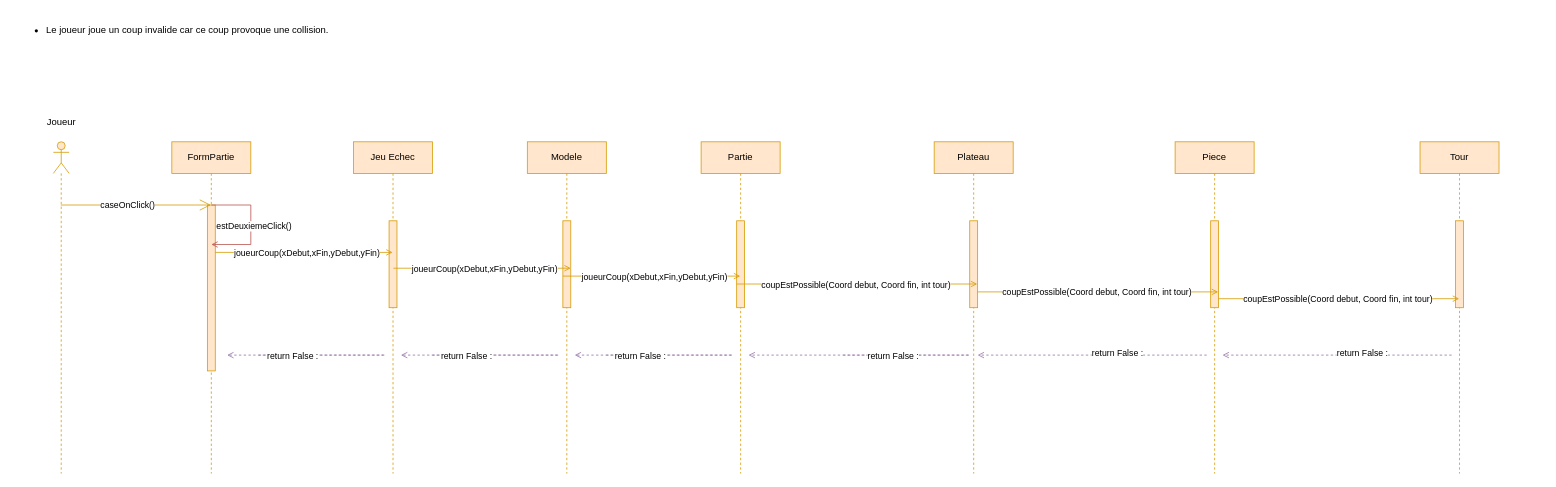
Above: Sequence2.drawio in felixcharbonneau/Echec (draw.io), before the change. Source tidied: cells renumbered, new cells numbered last; positions are measured from the earlier drawing's top-left corner, leaving out a move shared by most shapes. Both pictures are drawn from the tidied source at 79%, with x=0, y=0 at pixel (13, 23).
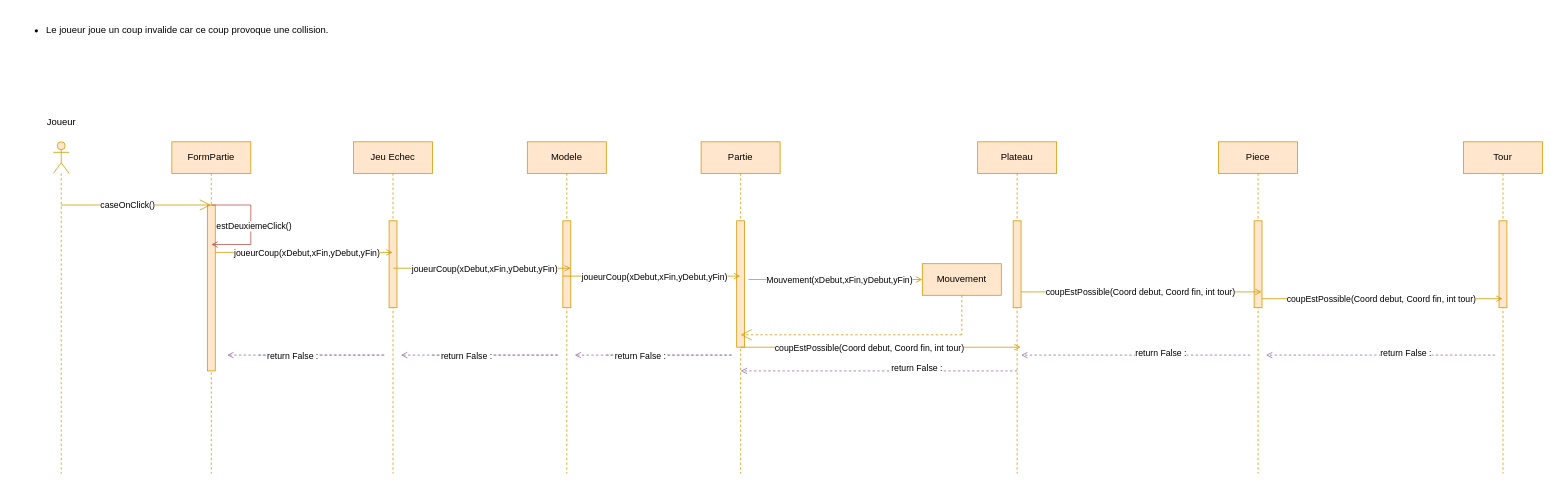
The same diagram, later.

Commit message (it also covers changes not shown here):
Mettre à jour Sequence2.drawio

The change refers to these unchanged cells:
```xml
<mxCell id="17" value="Partie" style="shape=umlLifeline;perimeter=lifelinePerimeter;whiteSpace=wrap;html=1;newEdgeStyle={&quot;curved&quot;:0,&quot;rounded&quot;:0};fillColor=#ffe6cc;strokeColor=#d79b00;" parent="1" vertex="1">
  <mxGeometry x="870" y="150" width="100" height="420" as="geometry" />
</mxCell>
```

Change to the diagram source:
```diff
@@
     <mxCell id="18" style="html=1;perimeter=orthogonalPerimeter;targetShapes=umlLifeline;newEdgeStyle={&quot;curved&quot;:0,&quot;rounded&quot;:0};fillColor=#ffe6cc;strokeColor=#d79b00;" parent="17" vertex="1">
-      <mxGeometry x="45" y="100" width="10" height="110" as="geometry" />
+      <mxGeometry x="45" y="100" width="10" height="160" as="geometry" />
     </mxCell>
     <mxCell id="19" value="Plateau" style="shape=umlLifeline;perimeter=lifelinePerimeter;whiteSpace=wrap;html=1;newEdgeStyle={&quot;curved&quot;:0,&quot;rounded&quot;:0};fillColor=#ffe6cc;strokeColor=#d79b00;" parent="1" vertex="1">
-      <mxGeometry x="1165" y="150" width="100" height="420" as="geometry" />
+      <mxGeometry x="1220" y="150" width="100" height="420" as="geometry" />
     </mxCell>
@@
     <mxCell id="21" value="Piece" style="shape=umlLifeline;perimeter=lifelinePerimeter;whiteSpace=wrap;html=1;newEdgeStyle={&quot;curved&quot;:0,&quot;rounded&quot;:0};fillColor=#ffe6cc;strokeColor=#d79b00;" parent="1" vertex="1">
-      <mxGeometry x="1470" y="150" width="100" height="420" as="geometry" />
+      <mxGeometry x="1525" y="150" width="100" height="420" as="geometry" />
     </mxCell>
@@
     <mxCell id="23" value="Tour" style="shape=umlLifeline;perimeter=lifelinePerimeter;whiteSpace=wrap;html=1;newEdgeStyle={&quot;curved&quot;:0,&quot;rounded&quot;:0};fillColor=#ffe6cc;strokeColor=#d79b00;" parent="1" vertex="1">
-      <mxGeometry x="1780" y="150" width="100" height="420" as="geometry" />
+      <mxGeometry x="1835" y="150" width="100" height="420" as="geometry" />
     </mxCell>
@@
-    <mxCell id="29" style="edgeStyle=orthogonalEdgeStyle;rounded=0;orthogonalLoop=1;jettySize=auto;html=1;curved=0;endArrow=open;endFill=0;fillColor=#ffe6cc;strokeColor=#d79b00;" parent="1" edge="1">
-      <mxGeometry relative="1" as="geometry">
-        <mxPoint x="915" y="330" as="sourcePoint" />
-        <mxPoint x="1219.5" y="330" as="targetPoint" />
-        <Array as="points">
-          <mxPoint x="1120" y="330" />
-          <mxPoint x="1120" y="330" />
-        </Array>
-      </mxGeometry>
-    </mxCell>
-    <mxCell id="30" value="coupEstPossible(Coord debut, Coord fin, int tour)" style="edgeLabel;html=1;align=center;verticalAlign=middle;" parent="29" vertex="1">
-      <mxGeometry x="-0.52" y="-2" relative="1" as="geometry">
-        <mxPoint x="77" y="-2" as="offset" />
-      </mxGeometry>
-    </mxCell>
     <mxCell id="31" style="edgeStyle=orthogonalEdgeStyle;rounded=0;orthogonalLoop=1;jettySize=auto;html=1;curved=0;endArrow=open;endFill=0;fillColor=#e1d5e7;strokeColor=#9673a6;dashed=1;" parent="1" edge="1">
       <mxGeometry relative="1" as="geometry">
-        <mxPoint x="1510" y="420" as="sourcePoint" />
-        <mxPoint x="1220" y="420" as="targetPoint" />
+        <mxPoint x="1565" y="420" as="sourcePoint" />
+        <mxPoint x="1275" y="420" as="targetPoint" />
         <Array as="points">
-          <mxPoint x="1420" y="420" />
-          <mxPoint x="1420" y="420" />
+          <mxPoint x="1475" y="420" />
+          <mxPoint x="1475" y="420" />
         </Array>
       </mxGeometry>
     </mxCell>
@@
     <mxCell id="33" style="edgeStyle=orthogonalEdgeStyle;rounded=0;orthogonalLoop=1;jettySize=auto;html=1;curved=0;endArrow=open;endFill=0;fillColor=#e1d5e7;strokeColor=#9673a6;dashed=1;" parent="1" edge="1">
       <mxGeometry relative="1" as="geometry">
-        <mxPoint x="1050" y="420" as="sourcePoint" />
-        <mxPoint x="930" y="420" as="targetPoint" />
+        <mxPoint x="1270" y="440" as="sourcePoint" />
+        <mxPoint x="920" y="440" as="targetPoint" />
         <Array as="points">
-          <mxPoint x="1210" y="420" />
-          <mxPoint x="1210" y="420" />
+          <mxPoint x="1200" y="440" />
+          <mxPoint x="1200" y="440" />
         </Array>
       </mxGeometry>
     </mxCell>
@@
     <mxCell id="41" style="edgeStyle=orthogonalEdgeStyle;rounded=0;orthogonalLoop=1;jettySize=auto;html=1;curved=0;endArrow=open;endFill=0;fillColor=#ffe6cc;strokeColor=#d79b00;" parent="1" edge="1">
       <mxGeometry relative="1" as="geometry">
-        <mxPoint x="1220" y="340" as="sourcePoint" />
-        <mxPoint x="1524.5" y="340" as="targetPoint" />
+        <mxPoint x="1275" y="340" as="sourcePoint" />
+        <mxPoint x="1579.5" y="340" as="targetPoint" />
         <Array as="points">
-          <mxPoint x="1425" y="340" />
-          <mxPoint x="1425" y="340" />
+          <mxPoint x="1480" y="340" />
+          <mxPoint x="1480" y="340" />
         </Array>
       </mxGeometry>
     </mxCell>
@@
     <mxCell id="43" style="edgeStyle=orthogonalEdgeStyle;rounded=0;orthogonalLoop=1;jettySize=auto;html=1;curved=0;endArrow=open;endFill=0;fillColor=#ffe6cc;strokeColor=#d79b00;" parent="1" edge="1">
       <mxGeometry relative="1" as="geometry">
-        <mxPoint x="1525" y="348.6" as="sourcePoint" />
-        <mxPoint x="1829.5" y="348.6" as="targetPoint" />
+        <mxPoint x="1580" y="348.6" as="sourcePoint" />
+        <mxPoint x="1884.5" y="348.6" as="targetPoint" />
         <Array as="points">
-          <mxPoint x="1730" y="348.6" />
-          <mxPoint x="1730" y="348.6" />
+          <mxPoint x="1785" y="348.6" />
+          <mxPoint x="1785" y="348.6" />
         </Array>
       </mxGeometry>
     </mxCell>
@@
     <mxCell id="45" style="edgeStyle=orthogonalEdgeStyle;rounded=0;orthogonalLoop=1;jettySize=auto;html=1;curved=0;endArrow=open;endFill=0;fillColor=#e1d5e7;strokeColor=#9673a6;dashed=1;" parent="1" edge="1">
       <mxGeometry relative="1" as="geometry">
-        <mxPoint x="1820" y="420" as="sourcePoint" />
-        <mxPoint x="1530" y="420" as="targetPoint" />
+        <mxPoint x="1875" y="420" as="sourcePoint" />
+        <mxPoint x="1585" y="420" as="targetPoint" />
         <Array as="points">
-          <mxPoint x="1730" y="420" />
-          <mxPoint x="1730" y="420" />
+          <mxPoint x="1785" y="420" />
+          <mxPoint x="1785" y="420" />
         </Array>
       </mxGeometry>
     </mxCell>
@@
+    <mxCell id="47" value="Mouvement" style="shape=umlLifeline;perimeter=lifelinePerimeter;whiteSpace=wrap;html=1;newEdgeStyle={&quot;curved&quot;:0,&quot;rounded&quot;:0};fillColor=#ffe6cc;strokeColor=#d79b00;" parent="1" vertex="1">
+      <mxGeometry x="1150" y="304.3" width="100" height="90" as="geometry" />
+    </mxCell>
+    <mxCell id="48" style="edgeStyle=orthogonalEdgeStyle;rounded=0;orthogonalLoop=1;jettySize=auto;html=1;curved=0;endArrow=open;endFill=0;fillColor=#ffe6cc;strokeColor=#d79b00;" parent="1" edge="1">
+      <mxGeometry relative="1" as="geometry">
+        <mxPoint x="930" y="324.3" as="sourcePoint" />
+        <mxPoint x="1150" y="324.3" as="targetPoint" />
+      </mxGeometry>
+    </mxCell>
+    <mxCell id="49" value="Mouvement(xDebut,xFin,yDebut,yFin)" style="edgeLabel;html=1;align=center;verticalAlign=middle;" parent="48" vertex="1">
+      <mxGeometry x="-0.52" y="-2" relative="1" as="geometry">
+        <mxPoint x="61" y="-2" as="offset" />
+      </mxGeometry>
+    </mxCell>
+    <mxCell id="50" style="endArrow=open;endFill=1;endSize=12;html=1;rounded=0;fillColor=#ffe6cc;strokeColor=#d79b00;dashed=1;" parent="1" edge="1">
+      <mxGeometry relative="1" as="geometry">
+        <mxPoint x="1200" y="394.3" as="sourcePoint" />
+        <mxPoint x="920" y="394.3" as="targetPoint" />
+      </mxGeometry>
+    </mxCell>
+    <mxCell id="51" style="edgeStyle=orthogonalEdgeStyle;rounded=0;orthogonalLoop=1;jettySize=auto;html=1;curved=0;endArrow=open;endFill=0;fillColor=#ffe6cc;strokeColor=#d79b00;" parent="1" edge="1">
+      <mxGeometry relative="1" as="geometry">
+        <mxPoint x="920" y="410" as="sourcePoint" />
+        <mxPoint x="1274.5" y="410" as="targetPoint" />
+        <Array as="points">
+          <mxPoint x="1125" y="410" />
+          <mxPoint x="1125" y="410" />
+        </Array>
+      </mxGeometry>
+    </mxCell>
+    <mxCell id="30" value="coupEstPossible(Coord debut, Coord fin, int tour)" style="edgeLabel;html=1;align=center;verticalAlign=middle;" parent="51" vertex="1">
+      <mxGeometry x="-0.52" y="-2" relative="1" as="geometry">
+        <mxPoint x="77" y="-2" as="offset" />
+      </mxGeometry>
+    </mxCell>
```
